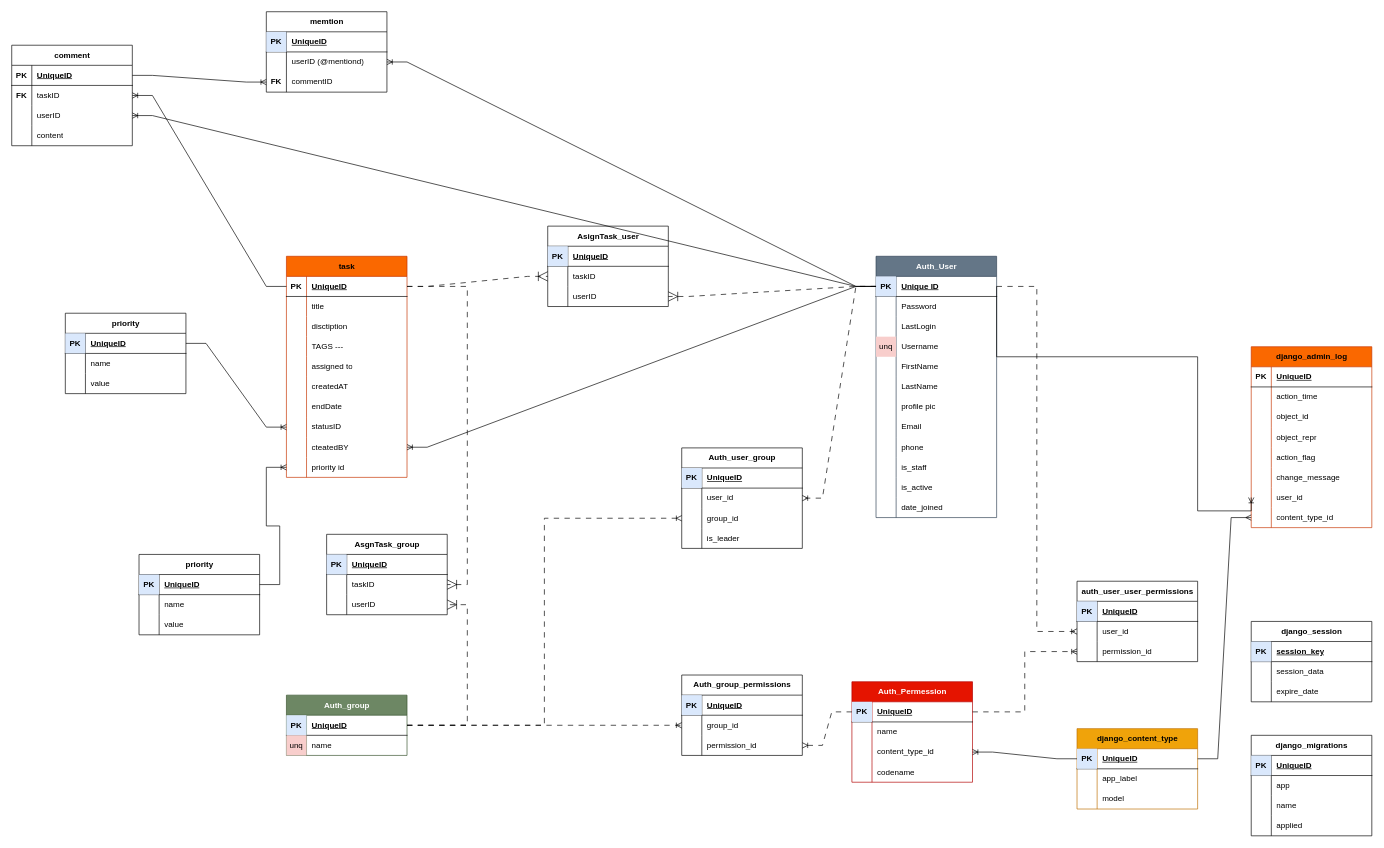
TechGeeks-Club/Micro-Hack-2.0 keeps this draw.io diagram as DB.drawio. Above is the earlier version. Source tidied: cells renumbered, new cells numbered last; positions are measured from the earlier drawing's top-left corner, leaving out a move shared by most shapes. Both pictures are drawn from the tidied source at 67%, with x=0, y=0 at pixel (11, 11).
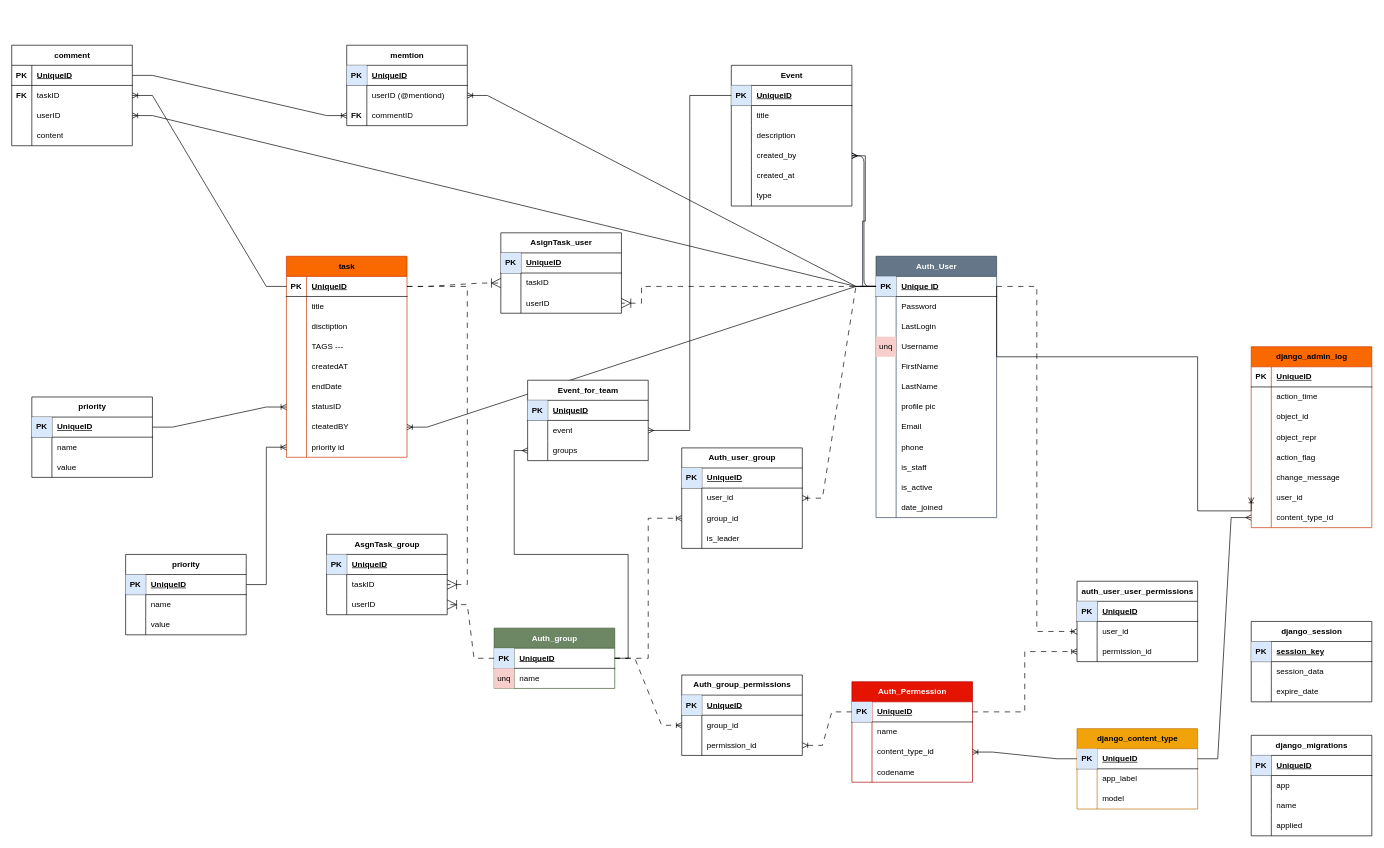
After the change.

Commit message:
update DB| add Events table

Unchanged cells that the change refers to:
```xml
<mxCell id="3" style="shape=tableRow;horizontal=0;startSize=0;swimlaneHead=0;swimlaneBody=0;fillColor=none;points=[[0,0.5],[1,0.5]];portConstraint=eastwest;top=0;left=0;right=0;bottom=1;hachureGap=4;fontFamily=Helvetica;" parent="2" vertex="1">
  <mxGeometry y="30" width="180" height="30" as="geometry" />
</mxCell>
<mxCell id="53" style="shape=tableRow;horizontal=0;startSize=0;swimlaneHead=0;swimlaneBody=0;fillColor=none;points=[[0,0.5],[1,0.5]];portConstraint=eastwest;top=0;left=0;right=0;bottom=1;hachureGap=4;fontFamily=Helvetica;" parent="52" vertex="1">
  <mxGeometry y="30" width="180" height="30" as="geometry" />
</mxCell>
<mxCell id="160" style="shape=tableRow;horizontal=0;startSize=0;swimlaneHead=0;swimlaneBody=0;fillColor=none;points=[[0,0.5],[1,0.5]];portConstraint=eastwest;top=0;left=0;right=0;bottom=1;fontFamily=Helvetica;" parent="159" vertex="1">
  <mxGeometry y="30" width="180" height="30" as="geometry" />
</mxCell>
<mxCell id="217" style="shape=tableRow;horizontal=0;startSize=0;swimlaneHead=0;swimlaneBody=0;fillColor=none;points=[[0,0.5],[1,0.5]];portConstraint=eastwest;top=0;left=0;right=0;bottom=0;hachureGap=4;fontFamily=Helvetica;" parent="213" vertex="1">
  <mxGeometry y="60" width="180" height="30" as="geometry" />
</mxCell>
<mxCell id="220" style="shape=tableRow;horizontal=0;startSize=0;swimlaneHead=0;swimlaneBody=0;fillColor=none;points=[[0,0.5],[1,0.5]];portConstraint=eastwest;top=0;left=0;right=0;bottom=0;hachureGap=4;fontFamily=Helvetica;" parent="213" vertex="1">
  <mxGeometry y="90" width="180" height="30" as="geometry" />
</mxCell>
<mxCell id="229" style="shape=tableRow;horizontal=0;startSize=0;swimlaneHead=0;swimlaneBody=0;fillColor=none;points=[[0,0.5],[1,0.5]];portConstraint=eastwest;top=0;left=0;right=0;bottom=0;hachureGap=4;fontFamily=Helvetica;" parent="225" vertex="1">
  <mxGeometry y="60" width="180" height="30" as="geometry" />
</mxCell>
```

The edit, as a diff of the source:
```diff
@@
     <mxCell id="52" value="Auth_group" style="shape=table;startSize=30;childLayout=tableLayout;rowLines=0;fontStyle=1;align=center;html=1;hachureGap=4;fontFamily=Helvetica;fillColor=#6d8764;strokeColor=#3A5431;fontColor=#ffffff;" parent="1" vertex="1">
-      <mxGeometry x="410" y="1020" width="180" height="90" as="geometry" />
+      <mxGeometry x="720" y="920" width="180" height="90" as="geometry" />
     </mxCell>
@@
     <mxCell id="159" value="task" style="shape=table;startSize=30;childLayout=tableLayout;rowLines=0;fontStyle=1;align=center;html=1;fontFamily=Helvetica;fillColor=#fa6800;strokeColor=#C73500;fontColor=#000000;" parent="1" vertex="1">
-      <mxGeometry x="410" y="365" width="180" height="330" as="geometry" />
+      <mxGeometry x="410" y="365" width="180" height="300" as="geometry" />
     </mxCell>
@@
-    <mxCell id="172" style="shape=tableRow;horizontal=0;startSize=0;swimlaneHead=0;swimlaneBody=0;fillColor=none;top=0;left=0;right=0;bottom=0;fontFamily=Helvetica;" parent="159" vertex="1">
-      <mxGeometry y="150" width="180" height="30" as="geometry" />
-    </mxCell>
-    <mxCell id="173" style="shape=partialRectangle;fillColor=none;top=0;left=0;bottom=0;right=0;overflow=hidden;whiteSpace=wrap;html=1;fontFamily=Helvetica;" parent="172" vertex="1">
-      <mxGeometry width="30" height="30" as="geometry" />
-    </mxCell>
-    <mxCell id="174" value="assigned to" style="shape=partialRectangle;fillColor=none;top=0;left=0;bottom=0;right=0;align=left;spacingLeft=6;overflow=hidden;whiteSpace=wrap;html=1;fontFamily=Helvetica;" parent="172" vertex="1">
-      <mxGeometry x="30" width="150" height="30" as="geometry" />
-    </mxCell>
     <mxCell id="175" style="shape=tableRow;horizontal=0;startSize=0;swimlaneHead=0;swimlaneBody=0;fillColor=none;top=0;left=0;right=0;bottom=0;fontFamily=Helvetica;" parent="159" vertex="1">
-      <mxGeometry y="180" width="180" height="30" as="geometry" />
+      <mxGeometry y="150" width="180" height="30" as="geometry" />
     </mxCell>
@@
     <mxCell id="178" style="shape=tableRow;horizontal=0;startSize=0;swimlaneHead=0;swimlaneBody=0;fillColor=none;top=0;left=0;right=0;bottom=0;fontFamily=Helvetica;" parent="159" vertex="1">
-      <mxGeometry y="210" width="180" height="30" as="geometry" />
+      <mxGeometry y="180" width="180" height="30" as="geometry" />
     </mxCell>
@@
     <mxCell id="181" style="shape=tableRow;horizontal=0;startSize=0;swimlaneHead=0;swimlaneBody=0;fillColor=none;points=[[0,0.5],[1,0.5]];portConstraint=eastwest;top=0;left=0;right=0;bottom=0;fontFamily=Helvetica;" parent="159" vertex="1">
-      <mxGeometry y="240" width="180" height="30" as="geometry" />
+      <mxGeometry y="210" width="180" height="30" as="geometry" />
     </mxCell>
@@
     <mxCell id="184" style="shape=tableRow;horizontal=0;startSize=0;swimlaneHead=0;swimlaneBody=0;fillColor=none;points=[[0,0.5],[1,0.5]];portConstraint=eastwest;top=0;left=0;right=0;bottom=0;fontFamily=Helvetica;" parent="159" vertex="1">
-      <mxGeometry y="270" width="180" height="30" as="geometry" />
+      <mxGeometry y="240" width="180" height="30" as="geometry" />
     </mxCell>
@@
     <mxCell id="187" style="shape=tableRow;horizontal=0;startSize=0;swimlaneHead=0;swimlaneBody=0;fillColor=none;points=[[0,0.5],[1,0.5]];portConstraint=eastwest;top=0;left=0;right=0;bottom=0;fontFamily=Helvetica;" parent="159" vertex="1">
-      <mxGeometry y="300" width="180" height="30" as="geometry" />
+      <mxGeometry y="270" width="180" height="30" as="geometry" />
     </mxCell>
@@
     <mxCell id="191" value="priority" style="shape=table;startSize=30;childLayout=tableLayout;rowLines=0;fontStyle=1;align=center;html=1;hachureGap=4;fontFamily=Helvetica;" parent="1" vertex="1">
-      <mxGeometry x="190" y="810" width="180" height="120" as="geometry" />
+      <mxGeometry x="170" y="810" width="180" height="120" as="geometry" />
     </mxCell>
@@
     <mxCell id="202" value="priority" style="shape=table;startSize=30;childLayout=tableLayout;rowLines=0;fontStyle=1;align=center;html=1;hachureGap=4;fontFamily=Helvetica;" parent="1" vertex="1">
-      <mxGeometry x="80" y="450" width="180" height="120" as="geometry" />
+      <mxGeometry x="30" y="575" width="180" height="120" as="geometry" />
     </mxCell>
@@
     <mxCell id="213" value="AsignTask_user" style="shape=table;startSize=30;childLayout=tableLayout;rowLines=0;fontStyle=1;align=center;html=1;hachureGap=4;fontFamily=Helvetica;" parent="1" vertex="1">
-      <mxGeometry x="800" y="320" width="180" height="120" as="geometry" />
+      <mxGeometry x="730" y="330" width="180" height="120" as="geometry" />
     </mxCell>
@@
-    <mxCell id="223" style="edgeStyle=entityRelationEdgeStyle;fontSize=12;html=1;endArrow=ERoneToMany;rounded=0;fontFamily=Helvetica;dashed=1;dashPattern=8 8;endSize=12;startSize=12;" parent="1" edge="1" source="160" target="217">
+    <mxCell id="223" style="edgeStyle=entityRelationEdgeStyle;fontSize=12;html=1;endArrow=ERoneToMany;rounded=0;fontFamily=Helvetica;dashed=1;dashPattern=8 8;endSize=12;startSize=12;flowAnimation=1;" parent="1" edge="1" source="160" target="217">
       <mxGeometry relative="1" as="geometry" />
     </mxCell>
-    <mxCell id="224" style="edgeStyle=entityRelationEdgeStyle;fontSize=12;html=1;endArrow=ERoneToMany;rounded=0;fontFamily=Helvetica;dashed=1;dashPattern=8 8;endSize=12;startSize=12;flowAnimation=0;" parent="1" edge="1" source="3" target="220">
-      <mxGeometry relative="1" as="geometry" />
+    <mxCell id="224" style="edgeStyle=orthogonalEdgeStyle;fontSize=12;html=1;endArrow=ERoneToMany;rounded=0;fontFamily=Helvetica;dashed=1;dashPattern=8 8;endSize=12;startSize=12;flowAnimation=0;" parent="1" edge="1" source="3" target="220">
+      <mxGeometry relative="1" as="geometry">
+        <Array as="points">
+          <mxPoint x="940" y="410" />
+          <mxPoint x="940" y="435" />
+        </Array>
+      </mxGeometry>
     </mxCell>
@@
-    <mxCell id="235" style="edgeStyle=entityRelationEdgeStyle;fontSize=12;html=1;endArrow=ERoneToMany;rounded=0;fontFamily=Helvetica;dashed=1;dashPattern=8 8;endSize=12;startSize=12;flowAnimation=0;" parent="1" edge="1" source="160" target="229">
+    <mxCell id="235" style="edgeStyle=entityRelationEdgeStyle;fontSize=12;html=1;endArrow=ERoneToMany;rounded=0;fontFamily=Helvetica;dashed=1;dashPattern=8 8;endSize=12;startSize=12;flowAnimation=1;" parent="1" edge="1" source="160" target="229">
       <mxGeometry relative="1" as="geometry" />
     </mxCell>
@@
     <mxCell id="251" value="memtion" style="shape=table;startSize=30;childLayout=tableLayout;rowLines=0;fontStyle=1;align=center;html=1;hachureGap=4;fontFamily=Helvetica;" parent="1" vertex="1">
-      <mxGeometry x="380" width="180" height="120" as="geometry" />
+      <mxGeometry x="500" y="50" width="180" height="120" as="geometry" />
     </mxCell>
@@
+    <mxCell id="264" value="Event" style="shape=table;startSize=30;childLayout=tableLayout;rowLines=0;fontStyle=1;align=center;html=1;hachureGap=4;fontFamily=Helvetica;" parent="1" vertex="1">
+      <mxGeometry x="1074" y="80" width="180" height="210" as="geometry" />
+    </mxCell>
+    <mxCell id="265" style="shape=tableRow;horizontal=0;startSize=0;swimlaneHead=0;swimlaneBody=0;fillColor=none;points=[[0,0.5],[1,0.5]];portConstraint=eastwest;top=0;left=0;right=0;bottom=1;hachureGap=4;fontFamily=Helvetica;" parent="264" vertex="1">
+      <mxGeometry y="30" width="180" height="30" as="geometry" />
+    </mxCell>
+    <mxCell id="266" value="PK" style="shape=partialRectangle;fillColor=#dae8fc;top=0;left=0;bottom=0;right=0;fontStyle=1;overflow=hidden;whiteSpace=wrap;html=1;hachureGap=4;fontFamily=Helvetica;strokeColor=#6c8ebf;" parent="265" vertex="1">
+      <mxGeometry width="30" height="30" as="geometry" />
+    </mxCell>
+    <mxCell id="267" value="UniqueID" style="shape=partialRectangle;fillColor=none;top=0;left=0;bottom=0;right=0;align=left;spacingLeft=6;fontStyle=5;overflow=hidden;whiteSpace=wrap;html=1;hachureGap=4;fontFamily=Helvetica;" parent="265" vertex="1">
+      <mxGeometry x="30" width="150" height="30" as="geometry" />
+    </mxCell>
+    <mxCell id="268" style="shape=tableRow;horizontal=0;startSize=0;swimlaneHead=0;swimlaneBody=0;fillColor=none;top=0;left=0;right=0;bottom=0;hachureGap=4;fontFamily=Helvetica;" parent="264" vertex="1">
+      <mxGeometry y="60" width="180" height="30" as="geometry" />
+    </mxCell>
+    <mxCell id="269" style="shape=partialRectangle;fillColor=none;top=0;left=0;bottom=0;right=0;overflow=hidden;whiteSpace=wrap;html=1;hachureGap=4;fontFamily=Helvetica;" parent="268" vertex="1">
+      <mxGeometry width="30" height="30" as="geometry" />
+    </mxCell>
+    <mxCell id="270" value="title" style="shape=partialRectangle;fillColor=none;top=0;left=0;bottom=0;right=0;align=left;spacingLeft=6;overflow=hidden;whiteSpace=wrap;html=1;hachureGap=4;fontFamily=Helvetica;" parent="268" vertex="1">
+      <mxGeometry x="30" width="150" height="30" as="geometry" />
+    </mxCell>
+    <mxCell id="271" style="shape=tableRow;horizontal=0;startSize=0;swimlaneHead=0;swimlaneBody=0;fillColor=none;top=0;left=0;right=0;bottom=0;hachureGap=4;fontFamily=Helvetica;" parent="264" vertex="1">
+      <mxGeometry y="90" width="180" height="30" as="geometry" />
+    </mxCell>
+    <mxCell id="272" style="shape=partialRectangle;fillColor=none;top=0;left=0;bottom=0;right=0;overflow=hidden;whiteSpace=wrap;html=1;hachureGap=4;fontFamily=Helvetica;" parent="271" vertex="1">
+      <mxGeometry width="30" height="30" as="geometry" />
+    </mxCell>
+    <mxCell id="273" value="description" style="shape=partialRectangle;fillColor=none;top=0;left=0;bottom=0;right=0;align=left;spacingLeft=6;overflow=hidden;whiteSpace=wrap;html=1;hachureGap=4;fontFamily=Helvetica;" parent="271" vertex="1">
+      <mxGeometry x="30" width="150" height="30" as="geometry" />
+    </mxCell>
+    <mxCell id="274" style="shape=tableRow;horizontal=0;startSize=0;swimlaneHead=0;swimlaneBody=0;fillColor=none;points=[[0,0.5],[1,0.5]];portConstraint=eastwest;top=0;left=0;right=0;bottom=0;hachureGap=4;fontFamily=Helvetica;" parent="264" vertex="1">
+      <mxGeometry y="120" width="180" height="30" as="geometry" />
+    </mxCell>
+    <mxCell id="275" style="shape=partialRectangle;fillColor=none;top=0;left=0;bottom=0;right=0;overflow=hidden;whiteSpace=wrap;html=1;hachureGap=4;fontFamily=Helvetica;" parent="274" vertex="1">
+      <mxGeometry width="30" height="30" as="geometry" />
+    </mxCell>
+    <mxCell id="276" value="created_by" style="shape=partialRectangle;fillColor=none;top=0;left=0;bottom=0;right=0;align=left;spacingLeft=6;overflow=hidden;whiteSpace=wrap;html=1;hachureGap=4;fontFamily=Helvetica;" parent="274" vertex="1">
+      <mxGeometry x="30" width="150" height="30" as="geometry" />
+    </mxCell>
+    <mxCell id="277" style="shape=tableRow;horizontal=0;startSize=0;swimlaneHead=0;swimlaneBody=0;fillColor=none;top=0;left=0;right=0;bottom=0;hachureGap=4;fontFamily=Helvetica;" parent="264" vertex="1">
+      <mxGeometry y="150" width="180" height="30" as="geometry" />
+    </mxCell>
+    <mxCell id="278" style="shape=partialRectangle;fillColor=none;top=0;left=0;bottom=0;right=0;overflow=hidden;whiteSpace=wrap;html=1;hachureGap=4;fontFamily=Helvetica;" parent="277" vertex="1">
+      <mxGeometry width="30" height="30" as="geometry" />
+    </mxCell>
+    <mxCell id="279" value="created_at" style="shape=partialRectangle;fillColor=none;top=0;left=0;bottom=0;right=0;align=left;spacingLeft=6;overflow=hidden;whiteSpace=wrap;html=1;hachureGap=4;fontFamily=Helvetica;" parent="277" vertex="1">
+      <mxGeometry x="30" width="150" height="30" as="geometry" />
+    </mxCell>
+    <mxCell id="280" style="shape=tableRow;horizontal=0;startSize=0;swimlaneHead=0;swimlaneBody=0;fillColor=none;top=0;left=0;right=0;bottom=0;hachureGap=4;fontFamily=Helvetica;" parent="264" vertex="1">
+      <mxGeometry y="180" width="180" height="30" as="geometry" />
+    </mxCell>
+    <mxCell id="281" style="shape=partialRectangle;fillColor=none;top=0;left=0;bottom=0;right=0;overflow=hidden;whiteSpace=wrap;html=1;hachureGap=4;fontFamily=Helvetica;" parent="280" vertex="1">
+      <mxGeometry width="30" height="30" as="geometry" />
+    </mxCell>
+    <mxCell id="282" value="type" style="shape=partialRectangle;fillColor=none;top=0;left=0;bottom=0;right=0;align=left;spacingLeft=6;overflow=hidden;whiteSpace=wrap;html=1;hachureGap=4;fontFamily=Helvetica;" parent="280" vertex="1">
+      <mxGeometry x="30" width="150" height="30" as="geometry" />
+    </mxCell>
+    <mxCell id="283" style="edgeStyle=orthogonalEdgeStyle;rounded=0;jettySize=auto;html=1;exitX=1;exitY=0.5;exitDx=0;exitDy=0;entryX=0;entryY=0.5;entryDx=0;entryDy=0;strokeColor=#0A0014;endArrow=none;endFill=0;startArrow=ERmany;startFill=0;fillColor=#cce5ff;" parent="1" edge="1" source="274" target="3">
+      <mxGeometry relative="1" as="geometry" />
+    </mxCell>
+    <mxCell id="284" value="Event_for_team" style="shape=table;startSize=30;childLayout=tableLayout;rowLines=0;fontStyle=1;align=center;html=1;hachureGap=4;fontFamily=Helvetica;" parent="1" vertex="1">
+      <mxGeometry x="770" y="550" width="180" height="120" as="geometry" />
+    </mxCell>
+    <mxCell id="285" style="shape=tableRow;horizontal=0;startSize=0;swimlaneHead=0;swimlaneBody=0;fillColor=none;top=0;left=0;right=0;bottom=1;hachureGap=4;fontFamily=Helvetica;" parent="284" vertex="1">
+      <mxGeometry y="30" width="180" height="30" as="geometry" />
+    </mxCell>
+    <mxCell id="286" value="PK" style="shape=partialRectangle;fillColor=#dae8fc;top=0;left=0;bottom=0;right=0;fontStyle=1;overflow=hidden;whiteSpace=wrap;html=1;hachureGap=4;fontFamily=Helvetica;strokeColor=#6c8ebf;" parent="285" vertex="1">
+      <mxGeometry width="30" height="30" as="geometry" />
+    </mxCell>
+    <mxCell id="287" value="UniqueID" style="shape=partialRectangle;fillColor=none;top=0;left=0;bottom=0;right=0;align=left;spacingLeft=6;fontStyle=5;overflow=hidden;whiteSpace=wrap;html=1;hachureGap=4;fontFamily=Helvetica;" parent="285" vertex="1">
+      <mxGeometry x="30" width="150" height="30" as="geometry" />
+    </mxCell>
+    <mxCell id="288" style="shape=tableRow;horizontal=0;startSize=0;swimlaneHead=0;swimlaneBody=0;fillColor=none;points=[[0,0.5],[1,0.5]];portConstraint=eastwest;top=0;left=0;right=0;bottom=0;hachureGap=4;fontFamily=Helvetica;" parent="284" vertex="1">
+      <mxGeometry y="60" width="180" height="30" as="geometry" />
+    </mxCell>
+    <mxCell id="289" style="shape=partialRectangle;fillColor=none;top=0;left=0;bottom=0;right=0;overflow=hidden;whiteSpace=wrap;html=1;hachureGap=4;fontFamily=Helvetica;" parent="288" vertex="1">
+      <mxGeometry width="30" height="30" as="geometry" />
+    </mxCell>
+    <mxCell id="290" value="event" style="shape=partialRectangle;fillColor=none;top=0;left=0;bottom=0;right=0;align=left;spacingLeft=6;overflow=hidden;whiteSpace=wrap;html=1;hachureGap=4;fontFamily=Helvetica;" parent="288" vertex="1">
+      <mxGeometry x="30" width="150" height="30" as="geometry" />
+    </mxCell>
+    <mxCell id="291" style="shape=tableRow;horizontal=0;startSize=0;swimlaneHead=0;swimlaneBody=0;fillColor=none;points=[[0,0.5],[1,0.5]];portConstraint=eastwest;top=0;left=0;right=0;bottom=0;hachureGap=4;fontFamily=Helvetica;" parent="284" vertex="1">
+      <mxGeometry y="90" width="180" height="30" as="geometry" />
+    </mxCell>
+    <mxCell id="292" style="shape=partialRectangle;fillColor=none;top=0;left=0;bottom=0;right=0;overflow=hidden;whiteSpace=wrap;html=1;hachureGap=4;fontFamily=Helvetica;" parent="291" vertex="1">
+      <mxGeometry width="30" height="30" as="geometry" />
+    </mxCell>
+    <mxCell id="293" value="groups" style="shape=partialRectangle;fillColor=none;top=0;left=0;bottom=0;right=0;align=left;spacingLeft=6;overflow=hidden;whiteSpace=wrap;html=1;hachureGap=4;fontFamily=Helvetica;" parent="291" vertex="1">
+      <mxGeometry x="30" width="150" height="30" as="geometry" />
+    </mxCell>
+    <mxCell id="294" style="edgeStyle=orthogonalEdgeStyle;rounded=0;jettySize=auto;html=1;exitX=0;exitY=0.5;exitDx=0;exitDy=0;endArrow=none;endFill=0;startArrow=ERmany;startFill=0;" parent="1" edge="1" source="291" target="53">
+      <mxGeometry relative="1" as="geometry" />
+    </mxCell>
+    <mxCell id="295" style="edgeStyle=orthogonalEdgeStyle;rounded=0;jettySize=auto;html=1;exitX=0;exitY=0.5;exitDx=0;exitDy=0;entryX=1;entryY=0.5;entryDx=0;entryDy=0;endArrow=ERmany;endFill=0;" parent="1" edge="1" source="265" target="288">
+      <mxGeometry relative="1" as="geometry" />
+    </mxCell>
+    <mxCell id="296" style="edgeStyle=orthogonalEdgeStyle;html=1;exitX=0;exitY=0.5;exitDx=0;exitDy=0;entryX=1;entryY=0.5;entryDx=0;entryDy=0;endArrow=ERmany;endFill=0;" parent="1" edge="1" source="3" target="274">
+      <mxGeometry relative="1" as="geometry" />
+    </mxCell>
```
